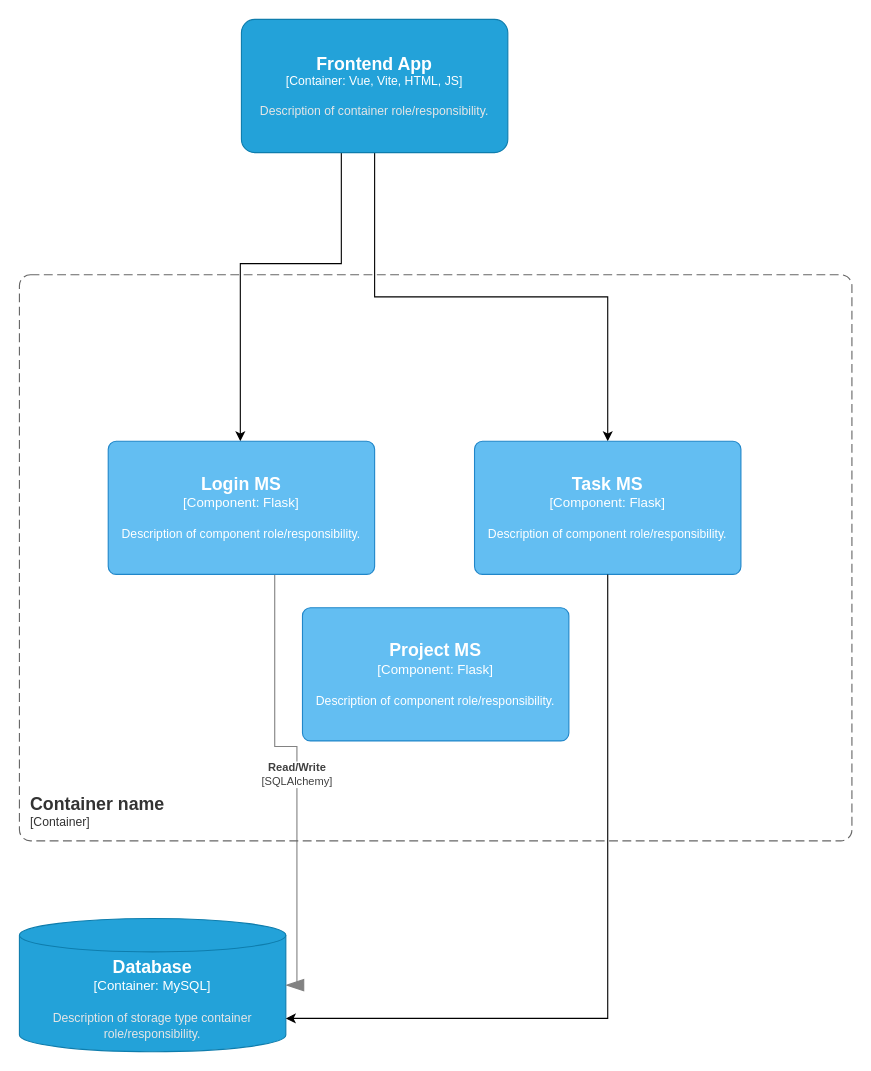
The draw.io diagram page "C3" (3 of 4) of C4.drawio in casecasee/SPM-G8T5, before the edit. Source tidied: cells renumbered, new cells numbered last; positions are measured from the earlier drawing's top-left corner, leaving out a move shared by most shapes. Both pictures are drawn from the tidied source at 111%, with x=0, y=0 at pixel (19, 19).
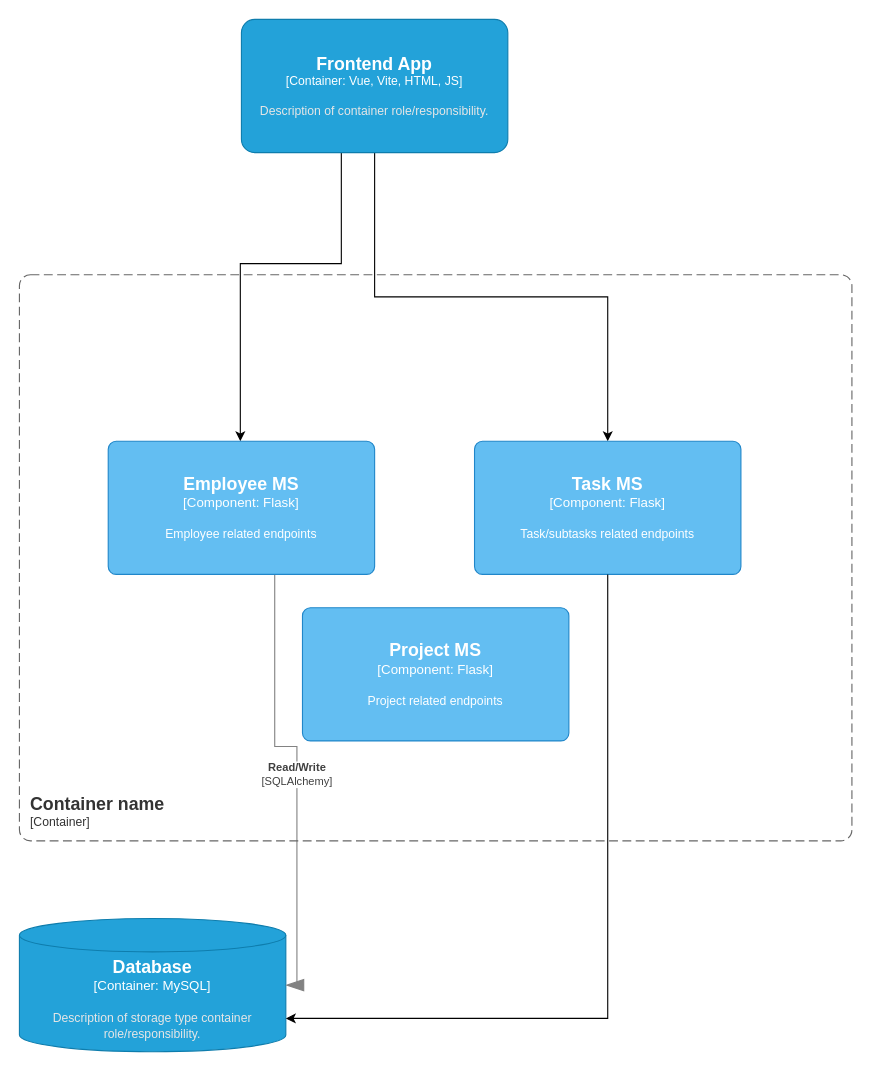
Above is the later version.

Change to the diagram source:
```diff
@@
 <mxGraphModel>
   <root>
     <mxCell id="0" />
     <mxCell id="1" parent="0" />
     <mxCell id="2" style="edgeStyle=orthogonalEdgeStyle;rounded=0;jettySize=auto;html=1;exitX=0.375;exitY=1;exitDx=0;exitDy=0;exitPerimeter=0;" parent="1" edge="1" source="4">
       <mxGeometry relative="1" as="geometry">
         <mxPoint x="199" y="380" as="targetPoint" />
         <Array as="points">
           <mxPoint x="290" y="220" />
           <mxPoint x="199" y="220" />
         </Array>
       </mxGeometry>
     </mxCell>
     <mxCell id="3" style="edgeStyle=orthogonalEdgeStyle;rounded=0;jettySize=auto;html=1;" parent="1" edge="1" source="4" target="9">
       <mxGeometry relative="1" as="geometry" />
     </mxCell>
     <object id="4" label="&lt;font style=&quot;font-size: 16px&quot;&gt;&lt;b&gt;%c4Name%&lt;/b&gt;&lt;/font&gt;&lt;div&gt;[%c4Type%: %c4Technology%]&lt;/div&gt;&lt;br&gt;&lt;div&gt;&lt;font style=&quot;font-size: 11px&quot;&gt;&lt;font color=&quot;#E6E6E6&quot;&gt;%c4Description%&lt;/font&gt;&lt;/div&gt;" c4Description="Description of container role/responsibility." c4Name="Frontend App" c4Technology="Vue, Vite, HTML, JS" c4Type="Container" placeholders="1">
       <mxCell style="rounded=1;whiteSpace=wrap;html=1;fontSize=11;labelBackgroundColor=none;fillColor=#23A2D9;fontColor=#ffffff;align=center;arcSize=10;strokeColor=#0E7DAD;points=[[0.25,0,0],[0.5,0,0],[0.75,0,0],[1,0.25,0],[1,0.5,0],[1,0.75,0],[0.75,1,0],[0.5,1,0],[0.25,1,0],[0,0.75,0],[0,0.5,0],[0,0.25,0]];" parent="1" vertex="1">
         <mxGeometry x="200" width="240" height="120" as="geometry" />
       </mxCell>
     </object>
     <object id="5" label="&lt;font style=&quot;font-size: 16px&quot;&gt;&lt;b&gt;%c4Name%&lt;/b&gt;&lt;/font&gt;&lt;div&gt;[%c4Type%:&amp;nbsp;%c4Technology%]&lt;/div&gt;&lt;br&gt;&lt;div&gt;&lt;font style=&quot;font-size: 11px&quot;&gt;&lt;font color=&quot;#E6E6E6&quot;&gt;%c4Description%&lt;/font&gt;&lt;/div&gt;" c4Description="Description of storage type container role/responsibility." c4Name="Database" c4Technology="MySQL" c4Type="Container" placeholders="1">
       <mxCell style="shape=cylinder3;size=15;whiteSpace=wrap;html=1;boundedLbl=1;rounded=0;labelBackgroundColor=none;fillColor=#23A2D9;fontSize=12;fontColor=#ffffff;align=center;strokeColor=#0E7DAD;points=[[0.5,0,0],[1,0.25,0],[1,0.5,0],[1,0.75,0],[0.5,1,0],[0,0.75,0],[0,0.5,0],[0,0.25,0]];" parent="1" vertex="1">
         <mxGeometry y="810" width="240" height="120" as="geometry" />
       </mxCell>
     </object>
     <object id="6" label="&lt;div style=&quot;text-align: left&quot;&gt;&lt;div style=&quot;text-align: center&quot;&gt;&lt;b&gt;%c4Description%&lt;/b&gt;&lt;/div&gt;&lt;div style=&quot;text-align: center&quot;&gt;[%c4Technology%]&lt;/div&gt;&lt;/div&gt;" c4Description="Read/Write" c4Technology="SQLAlchemy" placeholders="1">
       <mxCell style="endArrow=blockThin;html=1;fontSize=10;fontColor=#404040;strokeWidth=1;endFill=1;strokeColor=#828282;elbow=vertical;endSize=14;startSize=14;jumpStyle=arc;jumpSize=16;rounded=0;edgeStyle=orthogonalEdgeStyle;entryX=1;entryY=0.5;entryDx=0;entryDy=0;entryPerimeter=0;exitX=0.625;exitY=1;exitDx=0;exitDy=0;exitPerimeter=0;" parent="1" edge="1" source="8" target="5">
         <mxGeometry relative="1" as="geometry" />
       </mxCell>
     </object>
     <object id="7" label="&lt;font style=&quot;font-size: 16px&quot;&gt;&lt;b&gt;&lt;div style=&quot;text-align: left&quot;&gt;%c4Name%&lt;/div&gt;&lt;/b&gt;&lt;/font&gt;&lt;div style=&quot;text-align: left&quot;&gt;[%c4Application%]&lt;/div&gt;" c4Application="Container" c4Name="Container name" placeholders="1">
       <mxCell style="rounded=1;fontSize=11;whiteSpace=wrap;html=1;dashed=1;arcSize=20;fillColor=none;strokeColor=#666666;fontColor=#333333;labelBackgroundColor=none;align=left;verticalAlign=bottom;labelBorderColor=none;spacingTop=0;spacing=10;dashPattern=8 4;perimeter=rectanglePerimeter;noLabel=0;labelPadding=0;absoluteArcSize=1;" parent="1" vertex="1">
         <mxGeometry y="230" width="750" height="510" as="geometry" />
       </mxCell>
     </object>
-    <object id="8" label="&lt;font style=&quot;font-size: 16px&quot;&gt;&lt;b&gt;%c4Name%&lt;/b&gt;&lt;/font&gt;&lt;div&gt;[%c4Type%: %c4Technology%]&lt;/div&gt;&lt;br&gt;&lt;div&gt;&lt;font style=&quot;font-size: 11px&quot;&gt;%c4Description%&lt;/font&gt;&lt;/div&gt;" c4Description="Description of component role/responsibility." c4Name="Login MS" c4Technology="Flask" c4Type="Component" placeholders="1">
+    <object id="8" label="&lt;font style=&quot;font-size: 16px&quot;&gt;&lt;b&gt;%c4Name%&lt;/b&gt;&lt;/font&gt;&lt;div&gt;[%c4Type%: %c4Technology%]&lt;/div&gt;&lt;br&gt;&lt;div&gt;&lt;font style=&quot;font-size: 11px&quot;&gt;%c4Description%&lt;/font&gt;&lt;/div&gt;" c4Description="Employee related endpoints" c4Name="Employee MS" c4Technology="Flask" c4Type="Component" placeholders="1">
       <mxCell style="rounded=1;whiteSpace=wrap;html=1;labelBackgroundColor=none;fillColor=#63BEF2;fontColor=#ffffff;align=center;arcSize=6;strokeColor=#2086C9;points=[[0.25,0,0],[0.5,0,0],[0.75,0,0],[1,0.25,0],[1,0.5,0],[1,0.75,0],[0.75,1,0],[0.5,1,0],[0.25,1,0],[0,0.75,0],[0,0.5,0],[0,0.25,0]];" parent="1" vertex="1">
         <mxGeometry x="80" y="380" width="240" height="120" as="geometry" />
       </mxCell>
     </object>
-    <object id="9" label="&lt;font style=&quot;font-size: 16px&quot;&gt;&lt;b&gt;%c4Name%&lt;/b&gt;&lt;/font&gt;&lt;div&gt;[%c4Type%: %c4Technology%]&lt;/div&gt;&lt;br&gt;&lt;div&gt;&lt;font style=&quot;font-size: 11px&quot;&gt;%c4Description%&lt;/font&gt;&lt;/div&gt;" c4Description="Description of component role/responsibility." c4Name="Task MS" c4Technology="Flask" c4Type="Component" placeholders="1">
+    <object id="9" label="&lt;font style=&quot;font-size: 16px&quot;&gt;&lt;b&gt;%c4Name%&lt;/b&gt;&lt;/font&gt;&lt;div&gt;[%c4Type%: %c4Technology%]&lt;/div&gt;&lt;br&gt;&lt;div&gt;&lt;font style=&quot;font-size: 11px&quot;&gt;%c4Description%&lt;/font&gt;&lt;/div&gt;" c4Description="Task/subtasks related endpoints" c4Name="Task MS" c4Technology="Flask" c4Type="Component" placeholders="1">
       <mxCell style="rounded=1;whiteSpace=wrap;html=1;labelBackgroundColor=none;fillColor=#63BEF2;fontColor=#ffffff;align=center;arcSize=6;strokeColor=#2086C9;points=[[0.25,0,0],[0.5,0,0],[0.75,0,0],[1,0.25,0],[1,0.5,0],[1,0.75,0],[0.75,1,0],[0.5,1,0],[0.25,1,0],[0,0.75,0],[0,0.5,0],[0,0.25,0]];" parent="1" vertex="1">
         <mxGeometry x="410" y="380" width="240" height="120" as="geometry" />
       </mxCell>
     </object>
     <mxCell id="10" style="edgeStyle=orthogonalEdgeStyle;rounded=0;jettySize=auto;html=1;entryX=1;entryY=0.75;entryDx=0;entryDy=0;entryPerimeter=0;" parent="1" edge="1" source="9" target="5">
       <mxGeometry relative="1" as="geometry">
         <Array as="points">
           <mxPoint x="530" y="900" />
         </Array>
       </mxGeometry>
     </mxCell>
-    <object id="11" label="&lt;font style=&quot;font-size: 16px&quot;&gt;&lt;b&gt;%c4Name%&lt;/b&gt;&lt;/font&gt;&lt;div&gt;[%c4Type%: %c4Technology%]&lt;/div&gt;&lt;br&gt;&lt;div&gt;&lt;font style=&quot;font-size: 11px&quot;&gt;%c4Description%&lt;/font&gt;&lt;/div&gt;" c4Description="Description of component role/responsibility." c4Name="Project MS" c4Technology="Flask" c4Type="Component" placeholders="1">
+    <object id="11" label="&lt;font style=&quot;font-size: 16px&quot;&gt;&lt;b&gt;%c4Name%&lt;/b&gt;&lt;/font&gt;&lt;div&gt;[%c4Type%: %c4Technology%]&lt;/div&gt;&lt;br&gt;&lt;div&gt;&lt;font style=&quot;font-size: 11px&quot;&gt;%c4Description%&lt;/font&gt;&lt;/div&gt;" c4Description="Project related endpoints" c4Name="Project MS" c4Technology="Flask" c4Type="Component" placeholders="1">
       <mxCell style="rounded=1;whiteSpace=wrap;html=1;labelBackgroundColor=none;fillColor=#63BEF2;fontColor=#ffffff;align=center;arcSize=6;strokeColor=#2086C9;" parent="1" vertex="1">
         <mxGeometry x="255" y="530" width="240" height="120" as="geometry" />
       </mxCell>
     </object>
   </root>
 </mxGraphModel>
```
